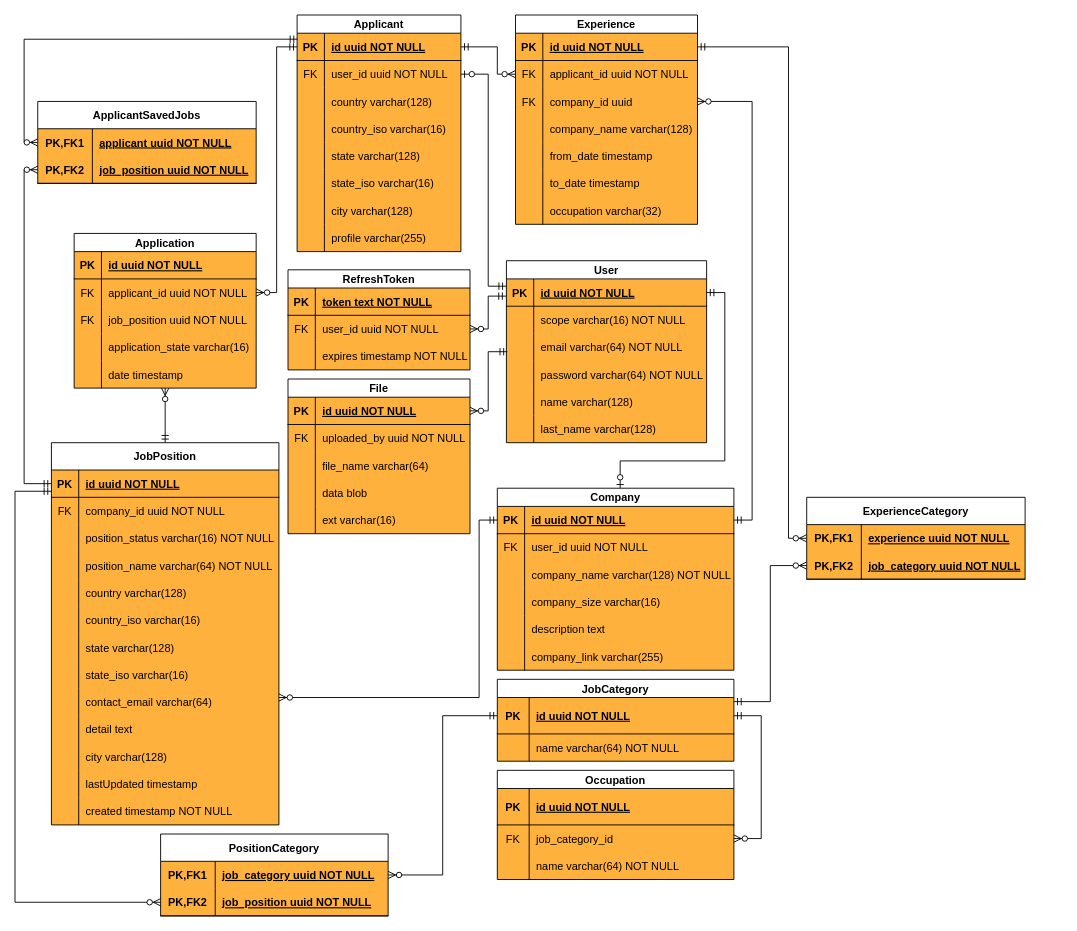
Before: diagrams/ERD.drawio in BUTAJI9l-IT/job-portal, a draw.io diagram. Source tidied: cells renumbered, new cells numbered last; positions are measured from the earlier drawing's top-left corner, leaving out a move shared by most shapes. Both pictures are drawn from the tidied source at 91%, with x=0, y=0 at pixel (15, 15).
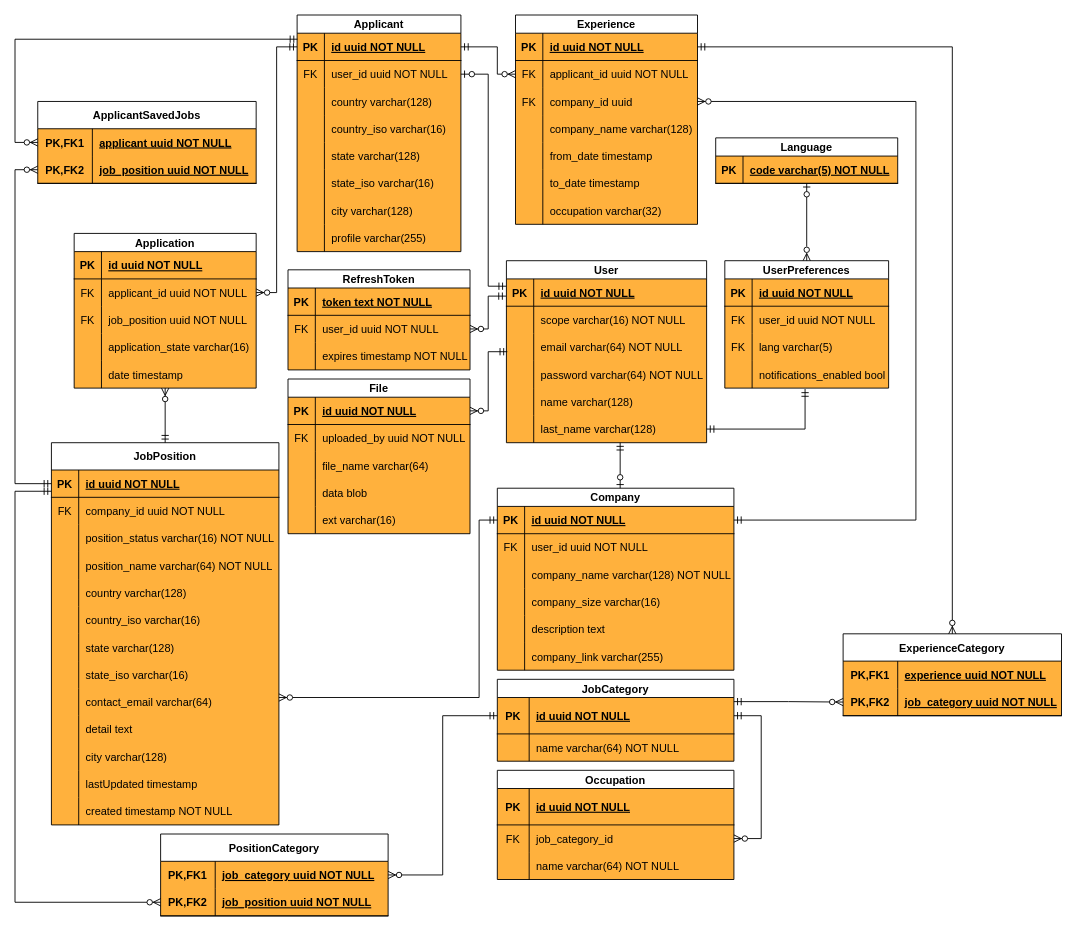
Above is the later version.

The change refers to these unchanged cells:
```xml
<mxCell id="3" style="shape=tableRow;horizontal=0;startSize=0;swimlaneHead=0;swimlaneBody=0;fillColor=none;points=[[0,0.5],[1,0.5]];portConstraint=eastwest;top=0;left=0;right=0;bottom=1;" parent="2" vertex="1">
  <mxGeometry y="20" width="180" height="30" as="geometry" />
</mxCell>
<mxCell id="44" style="shape=tableRow;horizontal=0;startSize=0;swimlaneHead=0;swimlaneBody=0;fillColor=none;points=[[0,0.5],[1,0.5]];portConstraint=eastwest;top=0;left=0;right=0;bottom=1;" parent="43" vertex="1">
  <mxGeometry y="20" width="260" height="30" as="geometry" />
</mxCell>
<mxCell id="63" style="shape=tableRow;horizontal=0;startSize=0;swimlaneHead=0;swimlaneBody=0;fillColor=none;points=[[0,0.5],[1,0.5]];portConstraint=eastwest;top=0;left=0;right=0;bottom=1;" parent="62" vertex="1">
  <mxGeometry y="20" width="200" height="30" as="geometry" />
</mxCell>
<mxCell id="69" style="shape=tableRow;horizontal=0;startSize=0;swimlaneHead=0;swimlaneBody=0;fillColor=none;points=[[0,0.5],[1,0.5]];portConstraint=eastwest;top=0;left=0;right=0;bottom=0;" parent="62" vertex="1">
  <mxGeometry y="80" width="200" height="30" as="geometry" />
</mxCell>
<mxCell id="102" style="shape=tableRow;horizontal=0;startSize=0;swimlaneHead=0;swimlaneBody=0;fillColor=none;points=[[0,0.5],[1,0.5]];portConstraint=eastwest;top=0;left=0;right=0;bottom=1;" parent="101" vertex="1">
  <mxGeometry y="20" width="220" height="30" as="geometry" />
</mxCell>
<mxCell id="117" style="shape=tableRow;horizontal=0;startSize=0;swimlaneHead=0;swimlaneBody=0;fillColor=none;points=[[0,0.5],[1,0.5]];portConstraint=eastwest;top=0;left=0;right=0;bottom=0;" parent="101" vertex="1">
  <mxGeometry y="170" width="220" height="30" as="geometry" />
</mxCell>
<mxCell id="124" style="shape=tableRow;horizontal=0;startSize=0;swimlaneHead=0;swimlaneBody=0;fillColor=none;points=[[0,0.5],[1,0.5]];portConstraint=eastwest;top=0;left=0;right=0;bottom=1;" parent="123" vertex="1">
  <mxGeometry y="30" width="250" height="30" as="geometry" />
</mxCell>
<mxCell id="176" style="shape=tableRow;horizontal=0;startSize=0;swimlaneHead=0;swimlaneBody=0;fillColor=none;points=[[0,0.5],[1,0.5]];portConstraint=eastwest;top=0;left=0;right=0;bottom=0;" parent="175" vertex="1">
  <mxGeometry y="30" width="240" height="30" as="geometry" />
</mxCell>
<mxCell id="187" style="shape=tableRow;horizontal=0;startSize=0;swimlaneHead=0;swimlaneBody=0;fillColor=none;points=[[0,0.5],[1,0.5]];portConstraint=eastwest;top=0;left=0;right=0;bottom=0;" parent="186" vertex="1">
  <mxGeometry y="30" width="240" height="30" as="geometry" />
</mxCell>
<mxCell id="190" style="shape=tableRow;horizontal=0;startSize=0;swimlaneHead=0;swimlaneBody=0;fillColor=none;points=[[0,0.5],[1,0.5]];portConstraint=eastwest;top=0;left=0;right=0;bottom=1;" parent="186" vertex="1">
  <mxGeometry y="60" width="240" height="30" as="geometry" />
</mxCell>
```

Diff of the diagram source:
```diff
@@
-    <mxCell id="174" style="fontSize=12;html=1;endArrow=ERzeroToOne;startArrow=ERmandOne;rounded=0;exitX=1;exitY=0.5;exitDx=0;exitDy=0;edgeStyle=orthogonalEdgeStyle;" parent="1" edge="1" source="102">
+    <mxCell id="174" style="fontSize=12;html=1;endArrow=ERzeroToOne;startArrow=ERmandOne;rounded=0;" parent="1" edge="1">
       <mxGeometry relative="1" as="geometry">
+        <mxPoint x="665" y="470" as="sourcePoint" />
         <mxPoint x="665" y="520" as="targetPoint" />
-        <Array as="points">
-          <mxPoint x="780" y="305" />
-          <mxPoint x="780" y="490" />
-          <mxPoint x="665" y="490" />
-        </Array>
       </mxGeometry>
     </mxCell>
     <mxCell id="175" value="ExperienceCategory" style="shape=table;startSize=30;childLayout=tableLayout;rowLines=0;fontStyle=1;align=center;swimlaneFillColor=#FFB13D;" parent="1" vertex="1">
-      <mxGeometry x="870" y="530" width="240" height="90" as="geometry" />
+      <mxGeometry x="910" y="680" width="240" height="90" as="geometry" />
     </mxCell>
@@
-    <mxCell id="183" style="fontSize=12;html=1;endArrow=ERzeroToMany;startArrow=ERmandOne;rounded=0;exitX=1;exitY=0.5;exitDx=0;exitDy=0;entryX=0;entryY=0.5;entryDx=0;entryDy=0;edgeStyle=elbowEdgeStyle;" parent="1" edge="1" source="63" target="176">
+    <mxCell id="183" style="fontSize=12;html=1;endArrow=ERzeroToMany;startArrow=ERmandOne;rounded=0;exitX=1;exitY=0.5;exitDx=0;exitDy=0;edgeStyle=elbowEdgeStyle;entryX=0.5;entryY=0;entryDx=0;entryDy=0;" parent="1" edge="1" source="63" target="175">
       <mxGeometry relative="1" as="geometry">
         <Array as="points">
+          <mxPoint x="1030" y="630" />
+          <mxPoint x="920" y="640" />
           <mxPoint x="850" y="310" />
         </Array>
       </mxGeometry>
     </mxCell>
     <mxCell id="184" style="edgeStyle=orthogonalEdgeStyle;fontSize=12;html=1;endArrow=ERzeroToMany;startArrow=ERmandOne;rounded=0;exitX=1;exitY=0.5;exitDx=0;exitDy=0;entryX=1;entryY=0.5;entryDx=0;entryDy=0;" parent="1" edge="1" source="44" target="69">
       <mxGeometry relative="1" as="geometry">
         <Array as="points">
-          <mxPoint x="810" y="555" />
-          <mxPoint x="810" y="95" />
+          <mxPoint x="990" y="555" />
+          <mxPoint x="990" y="95" />
         </Array>
       </mxGeometry>
     </mxCell>
@@
     <mxCell id="193" style="edgeStyle=orthogonalEdgeStyle;fontSize=12;html=1;endArrow=ERzeroToMany;startArrow=ERmandOne;rounded=0;entryX=0;entryY=0.5;entryDx=0;entryDy=0;exitX=0;exitY=0.5;exitDx=0;exitDy=0;" parent="1" edge="1" source="124" target="190">
       <mxGeometry relative="1" as="geometry">
         <Array as="points">
-          <mxPoint x="10" y="515" />
-          <mxPoint x="10" y="170" />
+          <mxPoint y="515" />
+          <mxPoint y="170" />
         </Array>
       </mxGeometry>
     </mxCell>
     <mxCell id="194" style="edgeStyle=orthogonalEdgeStyle;fontSize=12;html=1;endArrow=ERzeroToMany;startArrow=ERmandOne;rounded=0;exitX=0.002;exitY=0.219;exitDx=0;exitDy=0;exitPerimeter=0;elbow=vertical;entryX=0;entryY=0.5;entryDx=0;entryDy=0;" parent="1" edge="1" source="3" target="187">
       <mxGeometry relative="1" as="geometry">
         <Array as="points">
-          <mxPoint x="10" y="27" />
-          <mxPoint x="10" y="140" />
+          <mxPoint y="27" />
+          <mxPoint y="140" />
         </Array>
       </mxGeometry>
     </mxCell>
@@
+    <mxCell id="223" value="Language" style="shape=table;startSize=20;childLayout=tableLayout;rowLines=0;fontStyle=1;align=center;swimlaneFillColor=#FFB13D;" parent="1" vertex="1">
+      <mxGeometry x="770" y="135" width="200" height="50" as="geometry" />
+    </mxCell>
+    <mxCell id="224" style="shape=tableRow;horizontal=0;startSize=0;swimlaneHead=0;swimlaneBody=0;fillColor=none;points=[[0,0.5],[1,0.5]];portConstraint=eastwest;top=0;left=0;right=0;bottom=1;" parent="223" vertex="1">
+      <mxGeometry y="20" width="200" height="30" as="geometry" />
+    </mxCell>
+    <mxCell id="225" value="PK" style="shape=partialRectangle;fillColor=none;top=0;left=0;bottom=0;right=0;fontStyle=1;overflow=hidden;" parent="224" vertex="1">
+      <mxGeometry width="30" height="30" as="geometry" />
+    </mxCell>
+    <mxCell id="226" value="code varchar(5) NOT NULL" style="shape=partialRectangle;fillColor=none;top=0;left=0;bottom=0;right=0;align=left;spacingLeft=6;fontStyle=5;overflow=hidden;" parent="224" vertex="1">
+      <mxGeometry x="30" width="170" height="30" as="geometry" />
+    </mxCell>
+    <mxCell id="227" value="UserPreferences" style="shape=table;startSize=20;childLayout=tableLayout;rowLines=0;fontStyle=1;align=center;swimlaneFillColor=#FFB13D;" parent="1" vertex="1">
+      <mxGeometry x="780" y="270" width="180" height="140" as="geometry" />
+    </mxCell>
+    <mxCell id="228" style="shape=tableRow;horizontal=0;startSize=0;swimlaneHead=0;swimlaneBody=0;fillColor=none;top=0;left=0;right=0;bottom=1;" parent="227" vertex="1">
+      <mxGeometry y="20" width="180" height="30" as="geometry" />
+    </mxCell>
+    <mxCell id="229" value="PK" style="shape=partialRectangle;fillColor=none;top=0;left=0;bottom=0;right=0;fontStyle=1;overflow=hidden;" parent="228" vertex="1">
+      <mxGeometry width="30" height="30" as="geometry" />
+    </mxCell>
+    <mxCell id="230" value="id uuid NOT NULL" style="shape=partialRectangle;fillColor=none;top=0;left=0;bottom=0;right=0;align=left;spacingLeft=6;fontStyle=5;overflow=hidden;" parent="228" vertex="1">
+      <mxGeometry x="30" width="150" height="30" as="geometry" />
+    </mxCell>
+    <mxCell id="231" style="shape=tableRow;horizontal=0;startSize=0;swimlaneHead=0;swimlaneBody=0;fillColor=none;top=0;left=0;right=0;bottom=0;" parent="227" vertex="1">
+      <mxGeometry y="50" width="180" height="30" as="geometry" />
+    </mxCell>
+    <mxCell id="232" value="FK" style="shape=partialRectangle;fillColor=none;top=0;left=0;bottom=0;right=0;fontStyle=0;overflow=hidden;" parent="231" vertex="1">
+      <mxGeometry width="30" height="30" as="geometry" />
+    </mxCell>
+    <mxCell id="233" value="user_id uuid NOT NULL" style="shape=partialRectangle;fillColor=none;top=0;left=0;bottom=0;right=0;align=left;spacingLeft=6;fontStyle=0;overflow=hidden;" parent="231" vertex="1">
+      <mxGeometry x="30" width="150" height="30" as="geometry" />
+    </mxCell>
+    <mxCell id="234" style="shape=tableRow;horizontal=0;startSize=0;swimlaneHead=0;swimlaneBody=0;fillColor=none;top=0;left=0;right=0;bottom=0;" parent="227" vertex="1">
+      <mxGeometry y="80" width="180" height="30" as="geometry" />
+    </mxCell>
+    <mxCell id="235" value="FK" style="shape=partialRectangle;fillColor=none;top=0;left=0;bottom=0;right=0;fontStyle=0;overflow=hidden;" parent="234" vertex="1">
+      <mxGeometry width="30" height="30" as="geometry" />
+    </mxCell>
+    <mxCell id="236" value="lang varchar(5)" style="shape=partialRectangle;fillColor=none;top=0;left=0;bottom=0;right=0;align=left;spacingLeft=6;fontStyle=0;overflow=hidden;" parent="234" vertex="1">
+      <mxGeometry x="30" width="150" height="30" as="geometry" />
+    </mxCell>
+    <mxCell id="237" style="shape=tableRow;horizontal=0;startSize=0;swimlaneHead=0;swimlaneBody=0;fillColor=none;points=[[0,0.5],[1,0.5]];portConstraint=eastwest;top=0;left=0;right=0;bottom=0;" parent="227" vertex="1">
+      <mxGeometry y="110" width="180" height="30" as="geometry" />
+    </mxCell>
+    <mxCell id="238" style="shape=partialRectangle;fillColor=none;top=0;left=0;bottom=0;right=0;overflow=hidden;" parent="237" vertex="1">
+      <mxGeometry width="30" height="30" as="geometry" />
+    </mxCell>
+    <mxCell id="239" value="notifications_enabled bool" style="shape=partialRectangle;fillColor=none;top=0;left=0;bottom=0;right=0;align=left;spacingLeft=6;overflow=hidden;" parent="237" vertex="1">
+      <mxGeometry x="30" width="150" height="30" as="geometry" />
+    </mxCell>
+    <mxCell id="240" style="edgeStyle=orthogonalEdgeStyle;fontSize=12;html=1;endArrow=ERmandOne;startArrow=ERmandOne;rounded=0;exitX=0.49;exitY=1.033;exitDx=0;exitDy=0;exitPerimeter=0;endFill=0;" parent="1" edge="1" source="237" target="117">
+      <mxGeometry relative="1" as="geometry" />
+    </mxCell>
+    <mxCell id="241" style="fontSize=12;html=1;endArrow=ERzeroToOne;startArrow=ERzeroToMany;rounded=0;exitX=0.5;exitY=0;exitDx=0;exitDy=0;startFill=0;" parent="1" edge="1" source="227" target="224">
+      <mxGeometry relative="1" as="geometry" />
+    </mxCell>
```
